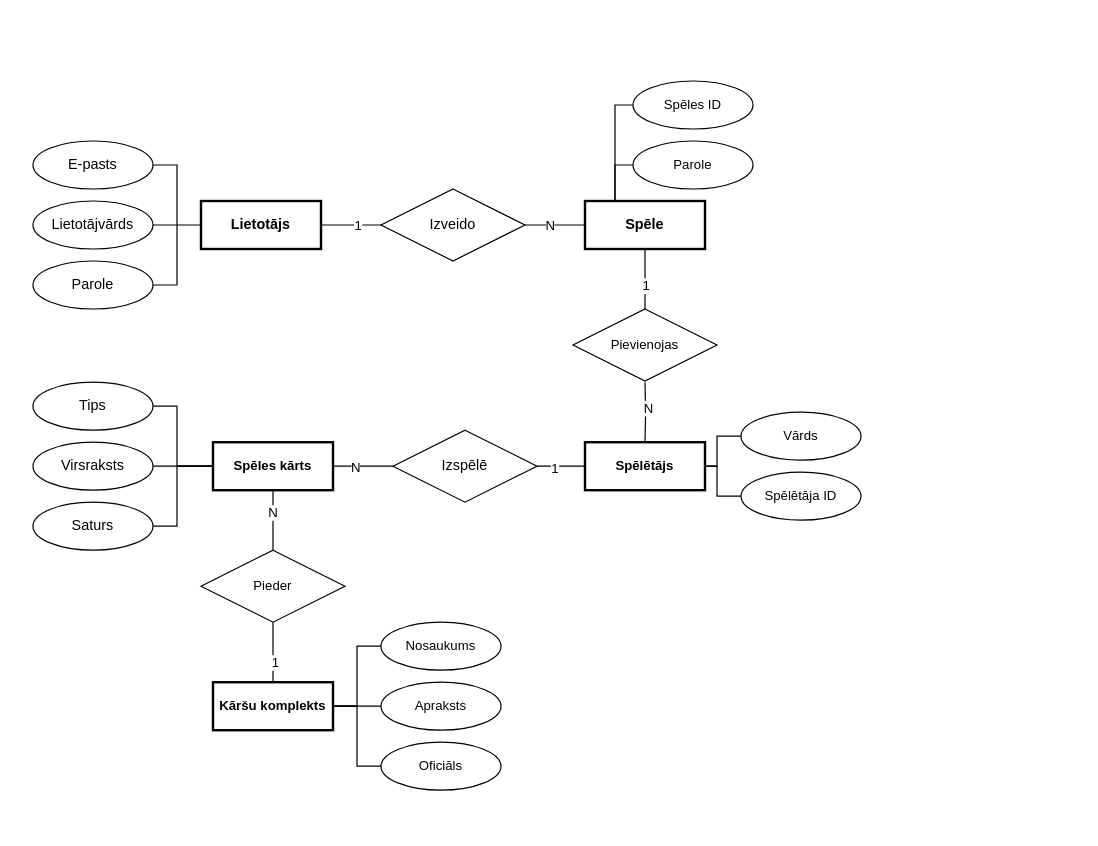
Before: dokumentacija/ER.drawio in Edgars-P/RVT-Projekts-CardGame, a draw.io diagram. Source tidied: cells renumbered, new cells numbered last; positions are measured from the earlier drawing's top-left corner, leaving out a move shared by most shapes. Both pictures are drawn from the tidied source at 120%, with x=0, y=0 at pixel (32, 80).
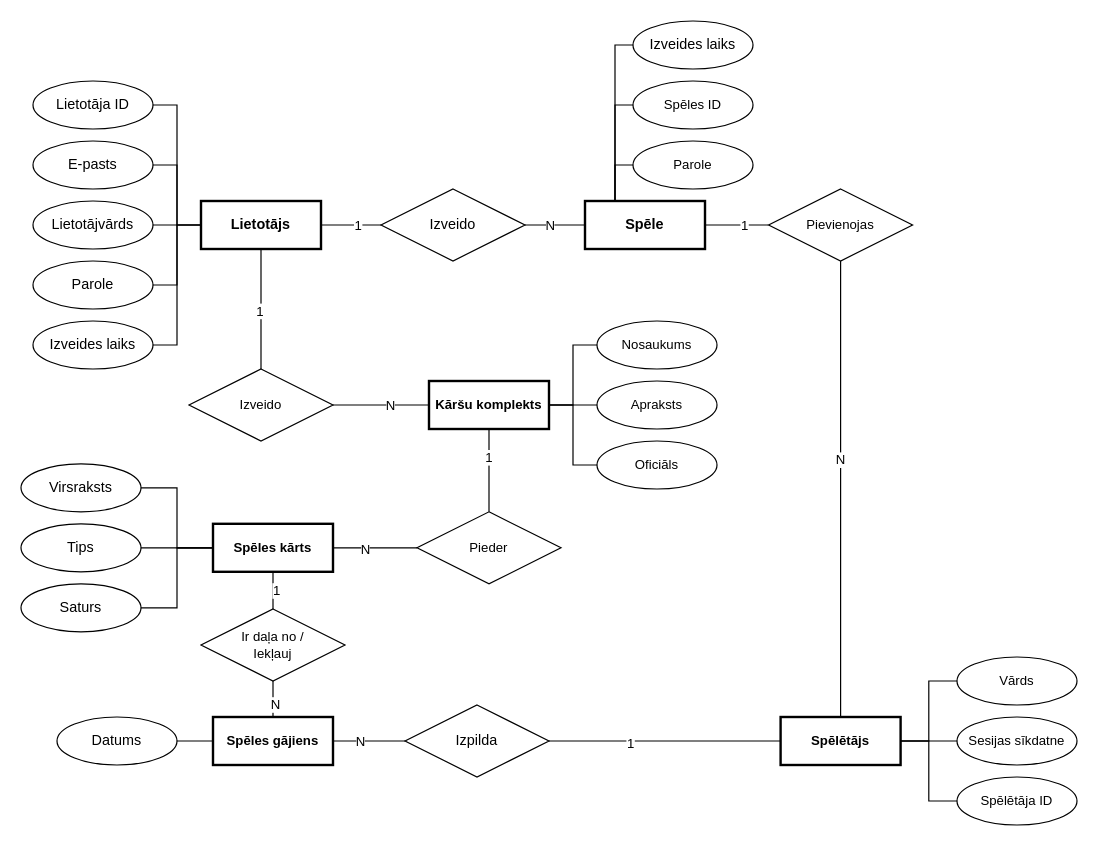
Above is the later version.

Unchanged cells that the change refers to:
```xml
<mxCell id="3" value="Lietotājs" style="whiteSpace=wrap;html=1;align=center;fontStyle=1;strokeWidth=2;" parent="1" vertex="1">
  <mxGeometry x="140" y="100" width="100" height="40" as="geometry" />
</mxCell>
<mxCell id="13" value="Spēle" style="whiteSpace=wrap;html=1;align=center;fontStyle=1;strokeWidth=2;" parent="1" vertex="1">
  <mxGeometry x="460" y="100" width="100" height="40" as="geometry" />
</mxCell>
```

What changed in the source:
```diff
@@
+    <mxCell id="52" style="edgeStyle=orthogonalEdgeStyle;shape=connector;rounded=0;jettySize=auto;html=1;entryX=1;entryY=0.5;entryDx=0;entryDy=0;labelBackgroundColor=default;strokeColor=default;align=center;verticalAlign=middle;fontFamily=Helvetica;fontSize=11;fontColor=default;endArrow=none;endFill=0;" parent="1" edge="1" source="3" target="65">
+      <mxGeometry relative="1" as="geometry" />
+    </mxCell>
+    <mxCell id="53" style="edgeStyle=orthogonalEdgeStyle;shape=connector;rounded=0;jettySize=auto;html=1;entryX=1;entryY=0.5;entryDx=0;entryDy=0;labelBackgroundColor=default;strokeColor=default;align=center;verticalAlign=middle;fontFamily=Helvetica;fontSize=11;fontColor=default;endArrow=none;endFill=0;" parent="1" edge="1" source="3" target="66">
+      <mxGeometry relative="1" as="geometry" />
+    </mxCell>
+    <mxCell id="54" style="edgeStyle=orthogonalEdgeStyle;shape=connector;rounded=0;jettySize=auto;html=1;labelBackgroundColor=default;strokeColor=default;align=center;verticalAlign=middle;fontFamily=Helvetica;fontSize=11;fontColor=default;endArrow=none;endFill=0;" parent="1" edge="1" source="3" target="71">
+      <mxGeometry relative="1" as="geometry" />
+    </mxCell>
+    <mxCell id="55" value="1" style="edgeLabel;html=1;align=center;verticalAlign=middle;fontSize=11;fontFamily=Helvetica;fontColor=default;" parent="54" vertex="1">
+      <mxGeometry x="0.02" y="-2" relative="1" as="geometry" />
+    </mxCell>
@@
-    <mxCell id="11" style="edgeStyle=orthogonalEdgeStyle;shape=connector;rounded=0;jettySize=auto;html=1;entryX=0.5;entryY=0;entryDx=0;entryDy=0;labelBackgroundColor=default;strokeColor=default;align=center;verticalAlign=middle;fontFamily=Helvetica;fontSize=11;fontColor=default;endArrow=none;endFill=0;" parent="1" edge="1" source="13" target="21">
+    <mxCell id="11" style="edgeStyle=orthogonalEdgeStyle;shape=connector;rounded=0;jettySize=auto;html=1;entryX=0;entryY=0.5;entryDx=0;entryDy=0;labelBackgroundColor=default;strokeColor=default;align=center;verticalAlign=middle;fontFamily=Helvetica;fontSize=11;fontColor=default;endArrow=none;endFill=0;" parent="1" edge="1" source="13" target="21">
       <mxGeometry relative="1" as="geometry" />
     </mxCell>
@@
-    <mxCell id="19" style="edgeStyle=orthogonalEdgeStyle;shape=connector;rounded=0;jettySize=auto;html=1;entryX=0.5;entryY=0;entryDx=0;entryDy=0;labelBackgroundColor=default;strokeColor=default;align=center;verticalAlign=middle;fontFamily=Helvetica;fontSize=11;fontColor=default;endArrow=none;endFill=0;" parent="1" edge="1" target="24">
-      <mxGeometry relative="1" as="geometry">
-        <mxPoint x="510" y="251" as="sourcePoint" />
-      </mxGeometry>
+    <mxCell id="19" style="edgeStyle=orthogonalEdgeStyle;shape=connector;rounded=0;jettySize=auto;html=1;entryX=0.5;entryY=0;entryDx=0;entryDy=0;labelBackgroundColor=default;strokeColor=default;align=center;verticalAlign=middle;fontFamily=Helvetica;fontSize=11;fontColor=default;endArrow=none;endFill=0;exitX=0.5;exitY=1;exitDx=0;exitDy=0;" parent="1" edge="1" source="21" target="24">
+      <mxGeometry relative="1" as="geometry" />
     </mxCell>
     <mxCell id="20" value="N" style="edgeLabel;html=1;align=center;verticalAlign=middle;fontSize=11;fontFamily=Helvetica;fontColor=default;" parent="19" vertex="1">
-      <mxGeometry x="-0.13" y="2" relative="1" as="geometry" />
+      <mxGeometry x="-0.13" y="2" relative="1" as="geometry">
+        <mxPoint x="-3" as="offset" />
+      </mxGeometry>
     </mxCell>
     <mxCell id="21" value="Pievienojas" style="shape=rhombus;perimeter=rhombusPerimeter;whiteSpace=wrap;html=1;align=center;fontFamily=Helvetica;fontSize=11;fontColor=default;" parent="1" vertex="1">
-      <mxGeometry x="450" y="190" width="120" height="60" as="geometry" />
+      <mxGeometry x="613" y="90" width="120" height="60" as="geometry" />
     </mxCell>
@@
     <mxCell id="24" value="Spēlētājs" style="whiteSpace=wrap;html=1;align=center;fontFamily=Helvetica;fontSize=11;fontColor=default;fontStyle=1;strokeWidth=2;" parent="1" vertex="1">
-      <mxGeometry x="460" y="301" width="100" height="40" as="geometry" />
+      <mxGeometry x="623" y="530" width="100" height="40" as="geometry" />
     </mxCell>
@@
     <mxCell id="26" value="Vārds" style="ellipse;whiteSpace=wrap;html=1;align=center;fontFamily=Helvetica;fontSize=11;fontColor=default;" parent="1" vertex="1">
-      <mxGeometry x="590" y="276" width="100" height="40" as="geometry" />
+      <mxGeometry x="770" y="480" width="100" height="40" as="geometry" />
     </mxCell>
-    <mxCell id="27" style="edgeStyle=orthogonalEdgeStyle;shape=connector;rounded=0;jettySize=auto;html=1;entryX=1;entryY=0.5;entryDx=0;entryDy=0;labelBackgroundColor=default;strokeColor=default;align=center;verticalAlign=middle;fontFamily=Helvetica;fontSize=11;fontColor=default;endArrow=none;endFill=0;exitX=0;exitY=0.5;exitDx=0;exitDy=0;" parent="1" edge="1" source="28" target="24">
-      <mxGeometry relative="1" as="geometry">
-        <Array as="points">
-          <mxPoint x="570" y="346" />
-          <mxPoint x="570" y="321" />
-        </Array>
-      </mxGeometry>
+    <mxCell id="27" style="edgeStyle=orthogonalEdgeStyle;shape=connector;rounded=0;jettySize=auto;html=1;labelBackgroundColor=default;strokeColor=default;align=center;verticalAlign=middle;fontFamily=Helvetica;fontSize=11;fontColor=default;endArrow=none;endFill=0;entryX=1;entryY=0.5;entryDx=0;entryDy=0;" parent="1" edge="1" source="28" target="24">
+      <mxGeometry relative="1" as="geometry" />
     </mxCell>
     <mxCell id="28" value="Spēlētāja ID" style="ellipse;whiteSpace=wrap;html=1;align=center;fontFamily=Helvetica;fontSize=11;fontColor=default;" parent="1" vertex="1">
-      <mxGeometry x="590" y="326" width="100" height="40" as="geometry" />
+      <mxGeometry x="770" y="580" width="100" height="40" as="geometry" />
     </mxCell>
-    <mxCell id="29" style="edgeStyle=orthogonalEdgeStyle;shape=connector;rounded=0;jettySize=auto;html=1;entryX=1;entryY=0.5;entryDx=0;entryDy=0;labelBackgroundColor=default;strokeColor=default;align=center;verticalAlign=middle;fontFamily=Helvetica;fontSize=11;fontColor=default;endArrow=none;endFill=0;" parent="1" edge="1" source="32" target="40">
-      <mxGeometry relative="1" as="geometry">
-        <Array as="points">
-          <mxPoint x="120" y="321" />
-          <mxPoint x="120" y="371" />
-        </Array>
-      </mxGeometry>
-    </mxCell>
@@
+    <mxCell id="56" style="edgeStyle=orthogonalEdgeStyle;shape=connector;rounded=0;jettySize=auto;html=1;entryX=1;entryY=0.5;entryDx=0;entryDy=0;labelBackgroundColor=default;strokeColor=default;align=center;verticalAlign=middle;fontFamily=Helvetica;fontSize=11;fontColor=default;endArrow=none;endFill=0;" parent="1" edge="1" source="32" target="37">
+      <mxGeometry relative="1" as="geometry" />
+    </mxCell>
+    <mxCell id="29" style="edgeStyle=orthogonalEdgeStyle;shape=connector;rounded=0;jettySize=auto;html=1;entryX=1;entryY=0.5;entryDx=0;entryDy=0;labelBackgroundColor=default;strokeColor=default;align=center;verticalAlign=middle;fontFamily=Helvetica;fontSize=11;fontColor=default;endArrow=none;endFill=0;" parent="1" edge="1" source="32" target="40">
+      <mxGeometry relative="1" as="geometry" />
+    </mxCell>
     <mxCell id="32" value="Spēles kārts" style="whiteSpace=wrap;html=1;align=center;fontFamily=Helvetica;fontSize=11;fontColor=default;fontStyle=1;strokeWidth=2;" parent="1" vertex="1">
-      <mxGeometry x="150" y="301" width="100" height="40" as="geometry" />
+      <mxGeometry x="150" y="369" width="100" height="40" as="geometry" />
     </mxCell>
-    <mxCell id="33" value="Izspēlē" style="shape=rhombus;perimeter=rhombusPerimeter;whiteSpace=wrap;html=1;align=center;" parent="1" vertex="1">
-      <mxGeometry x="300" y="291" width="120" height="60" as="geometry" />
+    <mxCell id="33" value="Izpilda" style="shape=rhombus;perimeter=rhombusPerimeter;whiteSpace=wrap;html=1;align=center;" parent="1" vertex="1">
+      <mxGeometry x="310" y="520" width="120" height="60" as="geometry" />
     </mxCell>
-    <mxCell id="34" style="edgeStyle=orthogonalEdgeStyle;shape=connector;rounded=0;jettySize=auto;html=1;entryX=1;entryY=0.5;entryDx=0;entryDy=0;labelBackgroundColor=default;strokeColor=default;align=center;verticalAlign=middle;fontFamily=Helvetica;fontSize=11;fontColor=default;endArrow=none;endFill=0;" parent="1" edge="1" source="33" target="32">
+    <mxCell id="34" style="edgeStyle=orthogonalEdgeStyle;shape=connector;rounded=0;jettySize=auto;html=1;labelBackgroundColor=default;strokeColor=default;align=center;verticalAlign=middle;fontFamily=Helvetica;fontSize=11;fontColor=default;endArrow=none;endFill=0;entryX=1;entryY=0.5;entryDx=0;entryDy=0;" parent="1" edge="1" source="33" target="60">
       <mxGeometry relative="1" as="geometry" />
     </mxCell>
@@
-    <mxCell id="36" style="edgeStyle=orthogonalEdgeStyle;shape=connector;rounded=0;jettySize=auto;html=1;entryX=0;entryY=0.5;entryDx=0;entryDy=0;labelBackgroundColor=default;strokeColor=default;align=center;verticalAlign=middle;fontFamily=Helvetica;fontSize=11;fontColor=default;endArrow=none;endFill=0;" parent="1" edge="1" source="37" target="32">
-      <mxGeometry relative="1" as="geometry">
-        <Array as="points">
-          <mxPoint x="120" y="271" />
-          <mxPoint x="120" y="321" />
-        </Array>
-      </mxGeometry>
-    </mxCell>
     <mxCell id="37" value="Tips" style="ellipse;whiteSpace=wrap;html=1;align=center;" parent="1" vertex="1">
-      <mxGeometry y="251" width="100" height="40" as="geometry" />
+      <mxGeometry x="-10" y="369" width="100" height="40" as="geometry" />
     </mxCell>
@@
     <mxCell id="39" value="Virsraksts" style="ellipse;whiteSpace=wrap;html=1;align=center;" parent="1" vertex="1">
-      <mxGeometry y="301" width="100" height="40" as="geometry" />
+      <mxGeometry x="-10" y="319" width="100" height="40" as="geometry" />
     </mxCell>
     <mxCell id="40" value="Saturs" style="ellipse;whiteSpace=wrap;html=1;align=center;" parent="1" vertex="1">
-      <mxGeometry y="351" width="100" height="40" as="geometry" />
+      <mxGeometry x="-10" y="419" width="100" height="40" as="geometry" />
     </mxCell>
@@
     <mxCell id="43" value="Pieder" style="shape=rhombus;perimeter=rhombusPerimeter;whiteSpace=wrap;html=1;align=center;fontFamily=Helvetica;fontSize=11;fontColor=default;" parent="1" vertex="1">
-      <mxGeometry x="140" y="391" width="120" height="60" as="geometry" />
+      <mxGeometry x="320" y="359" width="120" height="60" as="geometry" />
     </mxCell>
@@
     <mxCell id="47" value="Kāršu komplekts" style="whiteSpace=wrap;html=1;align=center;fontFamily=Helvetica;fontSize=11;fontColor=default;fontStyle=1;strokeWidth=2;" parent="1" vertex="1">
-      <mxGeometry x="150" y="501" width="100" height="40" as="geometry" />
+      <mxGeometry x="330" y="250" width="100" height="40" as="geometry" />
     </mxCell>
     <mxCell id="48" value="Nosaukums" style="ellipse;whiteSpace=wrap;html=1;align=center;fontFamily=Helvetica;fontSize=11;fontColor=default;" parent="1" vertex="1">
-      <mxGeometry x="290" y="451" width="100" height="40" as="geometry" />
+      <mxGeometry x="470" y="200" width="100" height="40" as="geometry" />
     </mxCell>
     <mxCell id="49" value="Apraksts" style="ellipse;whiteSpace=wrap;html=1;align=center;fontFamily=Helvetica;fontSize=11;fontColor=default;" parent="1" vertex="1">
-      <mxGeometry x="290" y="501" width="100" height="40" as="geometry" />
+      <mxGeometry x="470" y="250" width="100" height="40" as="geometry" />
     </mxCell>
     <mxCell id="50" value="Oficiāls" style="ellipse;whiteSpace=wrap;html=1;align=center;fontFamily=Helvetica;fontSize=11;fontColor=default;" parent="1" vertex="1">
-      <mxGeometry x="290" y="551" width="100" height="40" as="geometry" />
+      <mxGeometry x="470" y="300" width="100" height="40" as="geometry" />
     </mxCell>
@@
+    <mxCell id="57" style="edgeStyle=none;shape=connector;rounded=0;jettySize=auto;html=1;labelBackgroundColor=default;strokeColor=default;align=center;verticalAlign=middle;fontFamily=Helvetica;fontSize=11;fontColor=default;endArrow=none;endFill=0;" parent="1" edge="1" source="60" target="63">
+      <mxGeometry relative="1" as="geometry" />
+    </mxCell>
+    <mxCell id="58" value="N" style="edgeLabel;html=1;align=center;verticalAlign=middle;fontSize=11;fontFamily=Helvetica;fontColor=default;" parent="57" vertex="1">
+      <mxGeometry x="-0.26" y="-1" relative="1" as="geometry" />
+    </mxCell>
+    <mxCell id="59" style="edgeStyle=orthogonalEdgeStyle;shape=connector;rounded=0;jettySize=auto;html=1;entryX=1;entryY=0.5;entryDx=0;entryDy=0;labelBackgroundColor=default;strokeColor=default;align=center;verticalAlign=middle;fontFamily=Helvetica;fontSize=11;fontColor=default;endArrow=none;endFill=0;" parent="1" edge="1" source="60" target="64">
+      <mxGeometry relative="1" as="geometry" />
+    </mxCell>
+    <mxCell id="60" value="Spēles gājiens" style="whiteSpace=wrap;html=1;align=center;fontFamily=Helvetica;fontSize=11;fontColor=default;fontStyle=1;strokeWidth=2;" parent="1" vertex="1">
+      <mxGeometry x="150" y="530" width="100" height="40" as="geometry" />
+    </mxCell>
+    <mxCell id="61" style="edgeStyle=none;shape=connector;rounded=0;jettySize=auto;html=1;labelBackgroundColor=default;strokeColor=default;align=center;verticalAlign=middle;fontFamily=Helvetica;fontSize=11;fontColor=default;endArrow=none;endFill=0;" parent="1" edge="1" source="63" target="32">
+      <mxGeometry relative="1" as="geometry" />
+    </mxCell>
+    <mxCell id="62" value="1" style="edgeLabel;html=1;align=center;verticalAlign=middle;fontSize=11;fontFamily=Helvetica;fontColor=default;" parent="61" vertex="1">
+      <mxGeometry x="0.02" y="-2" relative="1" as="geometry" />
+    </mxCell>
+    <mxCell id="63" value="Ir daļa no /&lt;br&gt;Iekļauj" style="shape=rhombus;perimeter=rhombusPerimeter;whiteSpace=wrap;html=1;align=center;fontFamily=Helvetica;fontSize=11;fontColor=default;" parent="1" vertex="1">
+      <mxGeometry x="140" y="440" width="120" height="60" as="geometry" />
+    </mxCell>
+    <mxCell id="64" value="Datums" style="ellipse;whiteSpace=wrap;html=1;align=center;" parent="1" vertex="1">
+      <mxGeometry x="20" y="530" width="100" height="40" as="geometry" />
+    </mxCell>
+    <mxCell id="65" value="Izveides laiks" style="ellipse;whiteSpace=wrap;html=1;align=center;" parent="1" vertex="1">
+      <mxGeometry y="200" width="100" height="40" as="geometry" />
+    </mxCell>
+    <mxCell id="66" value="Lietotāja ID" style="ellipse;whiteSpace=wrap;html=1;align=center;" parent="1" vertex="1">
+      <mxGeometry width="100" height="40" as="geometry" />
+    </mxCell>
+    <mxCell id="67" style="edgeStyle=orthogonalEdgeStyle;shape=connector;rounded=0;jettySize=auto;html=1;entryX=0.25;entryY=0;entryDx=0;entryDy=0;labelBackgroundColor=default;strokeColor=default;align=center;verticalAlign=middle;fontFamily=Helvetica;fontSize=11;fontColor=default;endArrow=none;endFill=0;" parent="1" edge="1" source="68" target="13">
+      <mxGeometry relative="1" as="geometry">
+        <Array as="points">
+          <mxPoint x="485" y="-30" />
+        </Array>
+      </mxGeometry>
+    </mxCell>
+    <mxCell id="68" value="Izveides laiks" style="ellipse;whiteSpace=wrap;html=1;align=center;" parent="1" vertex="1">
+      <mxGeometry x="500" y="-50" width="100" height="40" as="geometry" />
+    </mxCell>
+    <mxCell id="69" style="edgeStyle=orthogonalEdgeStyle;shape=connector;rounded=0;jettySize=auto;html=1;labelBackgroundColor=default;strokeColor=default;align=center;verticalAlign=middle;fontFamily=Helvetica;fontSize=11;fontColor=default;endArrow=none;endFill=0;" parent="1" edge="1" source="71" target="47">
+      <mxGeometry relative="1" as="geometry" />
+    </mxCell>
+    <mxCell id="70" value="N" style="edgeLabel;html=1;align=center;verticalAlign=middle;fontSize=11;fontFamily=Helvetica;fontColor=default;" parent="69" vertex="1">
+      <mxGeometry x="0.18" relative="1" as="geometry" />
+    </mxCell>
+    <mxCell id="71" value="Izveido" style="shape=rhombus;perimeter=rhombusPerimeter;whiteSpace=wrap;html=1;align=center;fontFamily=Helvetica;fontSize=11;fontColor=default;" parent="1" vertex="1">
+      <mxGeometry x="130" y="240" width="120" height="60" as="geometry" />
+    </mxCell>
+    <mxCell id="72" style="edgeStyle=orthogonalEdgeStyle;shape=connector;rounded=0;jettySize=auto;html=1;entryX=1;entryY=0.5;entryDx=0;entryDy=0;labelBackgroundColor=default;strokeColor=default;align=center;verticalAlign=middle;fontFamily=Helvetica;fontSize=11;fontColor=default;endArrow=none;endFill=0;" parent="1" edge="1" source="73" target="24">
+      <mxGeometry relative="1" as="geometry" />
+    </mxCell>
+    <mxCell id="73" value="Sesijas sīkdatne" style="ellipse;whiteSpace=wrap;html=1;align=center;fontFamily=Helvetica;fontSize=11;fontColor=default;" parent="1" vertex="1">
+      <mxGeometry x="770" y="530" width="100" height="40" as="geometry" />
+    </mxCell>
```
